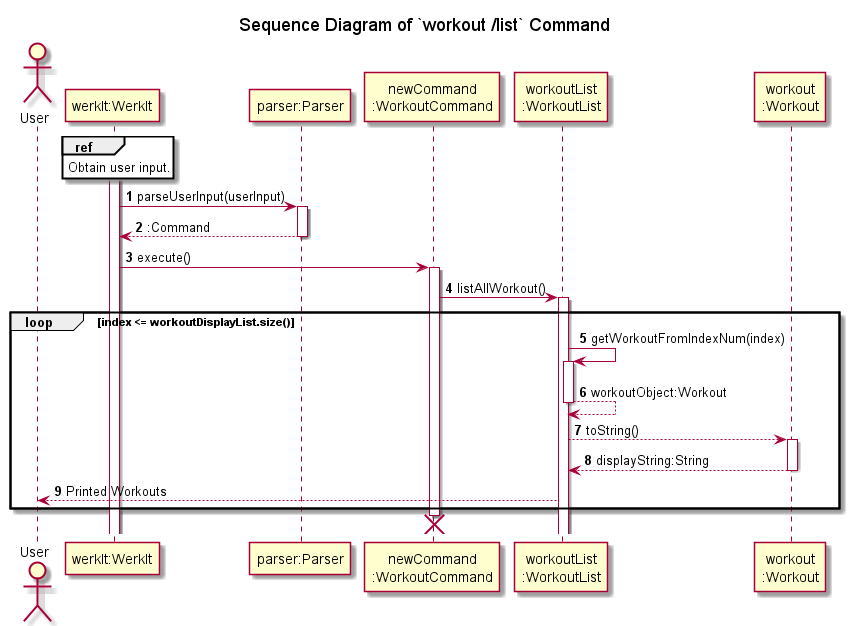
The PlantUML diagram docs/uml/sequenceDiagrams/workouts/images/listWorkout.png in nus-cs2113-AY2122S2/tp, before a commit. Source of this version:
```plantuml
@startuml
!include ../../Style.puml

actor   User
autonumber
title Sequence Diagram of `workout /list` Command

participant "werkIt:WerkIt" AS WerkIt
participant "parser:Parser" AS Parser
participant "newCommand\n:WorkoutCommand" AS newCommand
participant "workoutList\n:WorkoutList" AS WorkoutList
participant "workout\n:Workout" AS Workout

activate WerkIt
ref over WerkIt
Obtain user input.
end

WerkIt -> Parser : parseUserInput(userInput)
activate Parser
WerkIt <-- Parser : :Command
deactivate Parser

WerkIt -> newCommand : execute()
activate newCommand

newCommand -> WorkoutList : listAllWorkout()
activate WorkoutList
loop index <= workoutDisplayList.size()
WorkoutList -> WorkoutList:getWorkoutFromIndexNum(index)
activate WorkoutList
return workoutObject:Workout
WorkoutList-->Workout: toString()
activate Workout
return displayString:String
WorkoutList --> User: Printed Workouts
end



destroy newCommand
@enduml
```
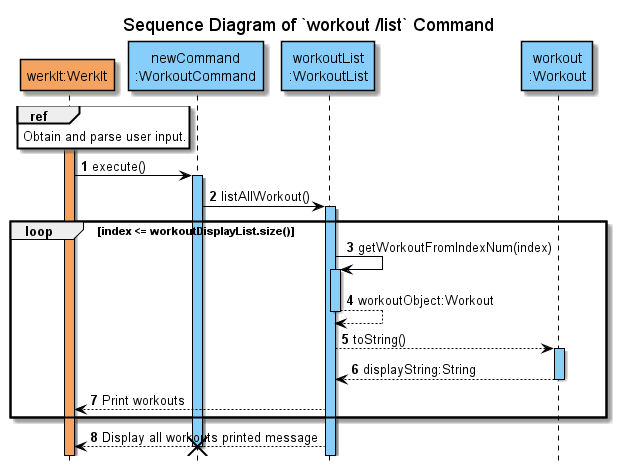
After the change.

What changed in the source:
```diff
@@ -1,42 +1,35 @@
 @startuml
 !include ../../Style.puml
 
-actor   User
+hide footbox
 autonumber
 title Sequence Diagram of `workout /list` Command
 
-participant "werkIt:WerkIt" AS WerkIt
-participant "parser:Parser" AS Parser
-participant "newCommand\n:WorkoutCommand" AS newCommand
-participant "workoutList\n:WorkoutList" AS WorkoutList
-participant "workout\n:Workout" AS Workout
+participant "werkIt:WerkIt" AS WerkIt COLOR_WERKIT
+participant "newCommand\n:WorkoutCommand" AS newCommand COLOR_LOGIC
+participant "workoutList\n:WorkoutList" AS WorkoutList COLOR_LOGIC
+participant "workout\n:Workout" AS Workout COLOR_LOGIC
 
-activate WerkIt
+activate WerkIt COLOR_WERKIT
 ref over WerkIt
-Obtain user input.
+Obtain and parse user input.
 end
 
-WerkIt -> Parser : parseUserInput(userInput)
-activate Parser
-WerkIt <-- Parser : :Command
-deactivate Parser
-
 WerkIt -> newCommand : execute()
-activate newCommand
+activate newCommand COLOR_LOGIC
 
 newCommand -> WorkoutList : listAllWorkout()
-activate WorkoutList
+activate WorkoutList COLOR_LOGIC
 loop index <= workoutDisplayList.size()
 WorkoutList -> WorkoutList:getWorkoutFromIndexNum(index)
-activate WorkoutList
+activate WorkoutList COLOR_LOGIC
 return workoutObject:Workout
 WorkoutList-->Workout: toString()
-activate Workout
+activate Workout COLOR_LOGIC
 return displayString:String
-WorkoutList --> User: Printed Workouts
+WorkoutList --> WerkIt: Print workouts
 end
-
-
+WorkoutList --> WerkIt: Display all workouts printed message
 
 destroy newCommand
 @enduml
```
